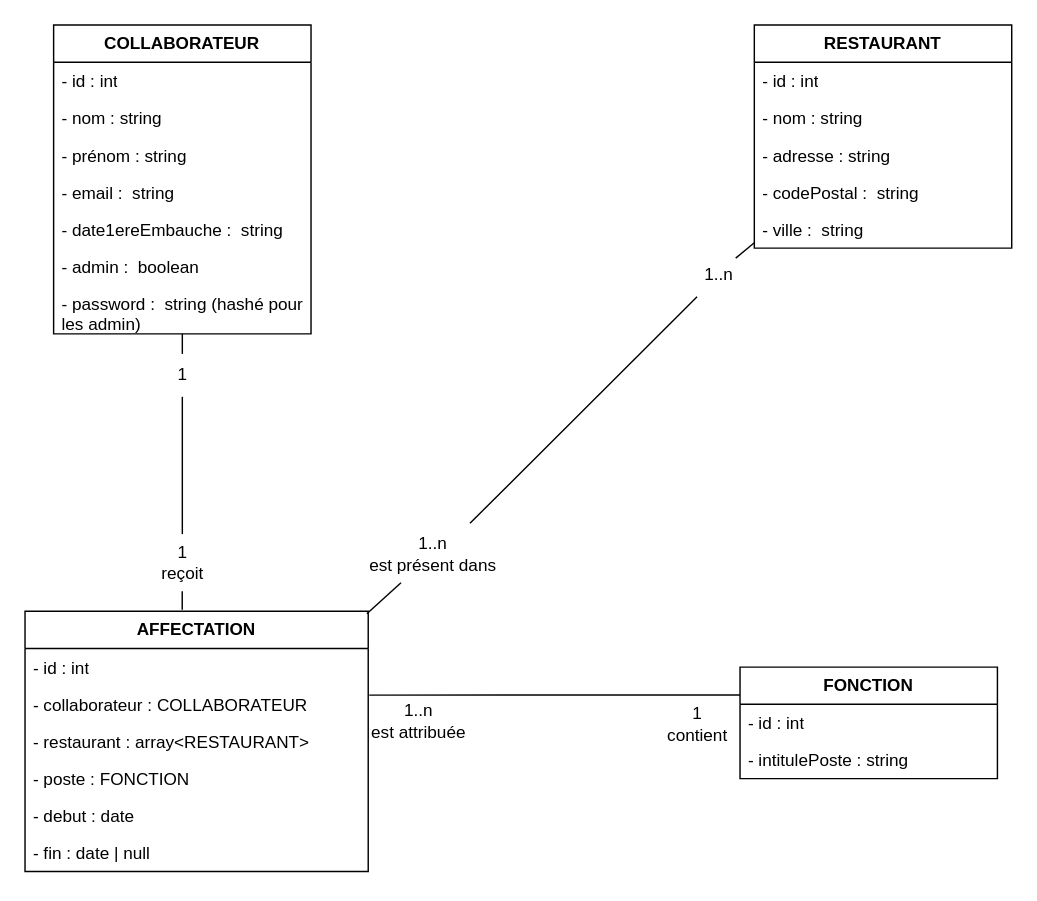
This is DOCS/UML.drawio from Kolwaan/PROJET_DJANGO, a draw.io file, before an edit. Source tidied: cells renumbered, new cells numbered last; positions are measured from the earlier drawing's top-left corner, leaving out a move shared by most shapes. Both pictures are drawn from the tidied source at 143%, with x=0, y=0 at pixel (24, 24).
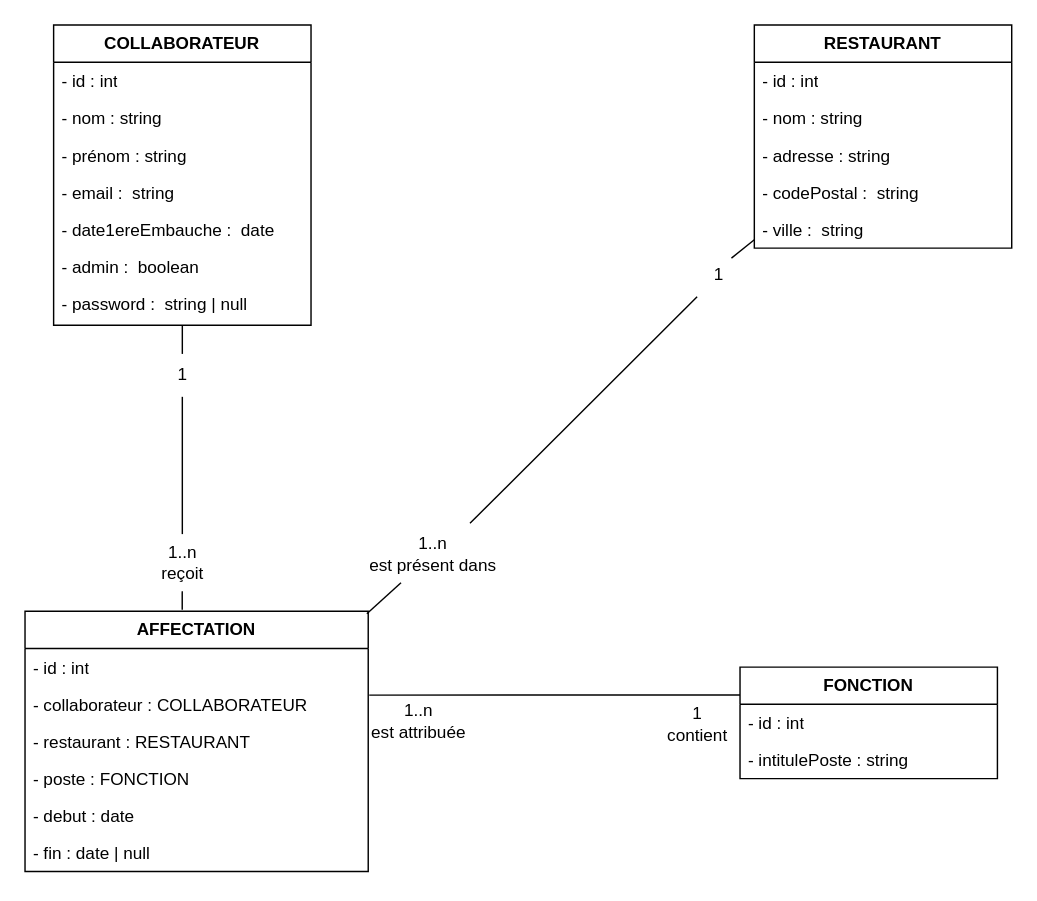
The same diagram, later.

Commit message:
correction UML

The change refers to these unchanged cells:
```xml
<mxCell id="19" value="&lt;b&gt;AFFECTATION&lt;/b&gt;" style="swimlane;fontStyle=0;horizontal=1;startSize=26;fillColor=none;whiteSpace=wrap;html=1;" parent="1" vertex="1">
  <mxGeometry y="410" width="240" height="182" as="geometry" />
</mxCell>
```

What changed in the source:
```diff
@@
     <mxCell id="2" value="&lt;b&gt;COLLABORATEUR&lt;/b&gt;" style="swimlane;fontStyle=0;horizontal=1;startSize=26;fillColor=none;whiteSpace=wrap;html=1;" parent="1" vertex="1">
-      <mxGeometry x="20" width="180" height="216" as="geometry" />
+      <mxGeometry x="20" width="180" height="210" as="geometry" />
     </mxCell>
@@
-    <mxCell id="7" value="- date1ereEmbauche :&amp;nbsp; string" style="text;strokeColor=none;fillColor=none;align=left;verticalAlign=top;spacingLeft=4;spacingRight=4;overflow=hidden;whiteSpace=wrap;html=1;" parent="2" vertex="1">
+    <mxCell id="7" value="- date1ereEmbauche :&amp;nbsp; date" style="text;strokeColor=none;fillColor=none;align=left;verticalAlign=top;spacingLeft=4;spacingRight=4;overflow=hidden;whiteSpace=wrap;html=1;" parent="2" vertex="1">
       <mxGeometry y="130" width="180" height="26" as="geometry" />
     </mxCell>
@@
-    <mxCell id="9" value="- password :&amp;nbsp; string (hashé pour les admin)" style="text;strokeColor=none;fillColor=none;align=left;verticalAlign=top;spacingLeft=4;spacingRight=4;overflow=hidden;whiteSpace=wrap;html=1;" parent="2" vertex="1">
-      <mxGeometry y="182" width="180" height="34" as="geometry" />
+    <mxCell id="9" value="- password :&amp;nbsp; string | null" style="text;strokeColor=none;fillColor=none;align=left;verticalAlign=top;spacingLeft=4;spacingRight=4;overflow=hidden;whiteSpace=wrap;html=1;" parent="2" vertex="1">
+      <mxGeometry y="182" width="180" height="28" as="geometry" />
     </mxCell>
@@
-    <mxCell id="22" value="- restaurant : array&amp;lt;RESTAURANT&amp;gt;" style="text;strokeColor=none;fillColor=none;align=left;verticalAlign=top;spacingLeft=4;spacingRight=4;overflow=hidden;whiteSpace=wrap;html=1;" parent="19" vertex="1">
+    <mxCell id="22" value="- restaurant : RESTAURANT" style="text;strokeColor=none;fillColor=none;align=left;verticalAlign=top;spacingLeft=4;spacingRight=4;overflow=hidden;whiteSpace=wrap;html=1;" parent="19" vertex="1">
       <mxGeometry y="78" width="240" height="26" as="geometry" />
     </mxCell>
@@
-    <mxCell id="28" value="1&lt;div&gt;reçoit&lt;/div&gt;" style="text;html=1;align=center;verticalAlign=middle;points=[];strokeColor=none;fillColor=none;" parent="1" vertex="1">
+    <mxCell id="28" value="1..n&lt;div&gt;reçoit&lt;/div&gt;" style="text;html=1;align=center;verticalAlign=middle;points=[];strokeColor=none;fillColor=none;" parent="1" vertex="1">
       <mxGeometry x="85" y="356" width="50" height="40" as="geometry" />
     </mxCell>
@@
-    <mxCell id="38" value="1..n" style="text;html=1;align=center;verticalAlign=middle;points=[];strokeColor=none;fillColor=none;" parent="1" vertex="1">
-      <mxGeometry x="465" y="160" width="40" height="30" as="geometry" />
+    <mxCell id="38" value="1" style="text;html=1;align=center;verticalAlign=middle;points=[];strokeColor=none;fillColor=none;" parent="1" vertex="1">
+      <mxGeometry x="470" y="160" width="30" height="30" as="geometry" />
     </mxCell>
```
